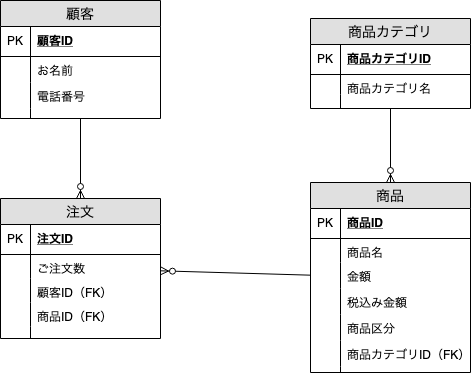
Before: 001_order_sheet.png, a diagram exported from draw.io (chihaso/rakurakuERD). Source tidied: cells renumbered, new cells last; positions are measured from the earlier drawing's top-left corner, leaving out a move shared by most shapes. The source it was exported from:
```xml
<mxGraphModel>
  <root>
    <mxCell id="0" />
    <mxCell id="1" parent="0" />
    <mxCell id="2" value="注文" style="swimlane;fontStyle=0;horizontal=1;startSize=26;fillColor=#e0e0e0;swimlaneFillColor=#ffffff;align=center;fontSize=14;" parent="1" vertex="1">
      <mxGeometry y="198" width="160" height="140" as="geometry" />
    </mxCell>
    <mxCell id="3" value="注文ID" style="shape=partialRectangle;top=0;left=0;right=0;bottom=1;align=left;verticalAlign=middle;fillColor=none;spacingLeft=34;spacingRight=4;overflow=hidden;fontStyle=5;fontSize=12;" parent="2" vertex="1">
      <mxGeometry y="26" width="160" height="30" as="geometry" />
    </mxCell>
    <mxCell id="4" value="PK" style="shape=partialRectangle;top=0;left=0;bottom=0;fillColor=none;align=left;verticalAlign=middle;spacingLeft=4;spacingRight=4;overflow=hidden;fontSize=12;" parent="3" vertex="1">
      <mxGeometry width="30" height="30" as="geometry" />
    </mxCell>
    <mxCell id="5" value="ご注文数" style="shape=partialRectangle;top=0;left=0;right=0;bottom=0;align=left;verticalAlign=top;fillColor=none;spacingLeft=34;spacingRight=4;overflow=hidden;fontSize=12;" parent="2" vertex="1">
      <mxGeometry y="56" width="160" height="24" as="geometry" />
    </mxCell>
    <mxCell id="6" style="shape=partialRectangle;top=0;left=0;bottom=0;fillColor=none;align=left;verticalAlign=top;spacingLeft=4;spacingRight=4;overflow=hidden;fontSize=12;" parent="5" vertex="1">
      <mxGeometry width="30" height="24" as="geometry" />
    </mxCell>
    <mxCell id="7" value="顧客ID（FK）" style="shape=partialRectangle;top=0;left=0;right=0;bottom=0;align=left;verticalAlign=top;fillColor=none;spacingLeft=34;spacingRight=4;overflow=hidden;fontSize=12;" parent="2" vertex="1">
      <mxGeometry y="80" width="160" height="24" as="geometry" />
    </mxCell>
    <mxCell id="8" style="shape=partialRectangle;top=0;left=0;bottom=0;fillColor=none;align=left;verticalAlign=top;spacingLeft=4;spacingRight=4;overflow=hidden;fontSize=12;" parent="7" vertex="1">
      <mxGeometry width="30" height="24" as="geometry" />
    </mxCell>
    <mxCell id="9" value="商品ID（FK）&#10;" style="shape=partialRectangle;top=0;left=0;right=0;bottom=0;align=left;verticalAlign=top;fillColor=none;spacingLeft=34;spacingRight=4;overflow=hidden;fontSize=12;" parent="2" vertex="1">
      <mxGeometry y="104" width="160" height="24" as="geometry" />
    </mxCell>
    <mxCell id="10" style="shape=partialRectangle;top=0;left=0;bottom=0;fillColor=none;align=left;verticalAlign=top;spacingLeft=4;spacingRight=4;overflow=hidden;fontSize=12;" parent="9" vertex="1">
      <mxGeometry width="30" height="24" as="geometry" />
    </mxCell>
    <mxCell id="11" style="shape=partialRectangle;top=0;left=0;right=0;bottom=0;align=left;verticalAlign=top;fillColor=none;spacingLeft=34;spacingRight=4;overflow=hidden;fontSize=12;" parent="2" vertex="1">
      <mxGeometry y="128" width="160" height="12" as="geometry" />
    </mxCell>
    <mxCell id="12" style="shape=partialRectangle;top=0;left=0;bottom=0;fillColor=none;align=left;verticalAlign=top;spacingLeft=4;spacingRight=4;overflow=hidden;fontSize=12;" parent="11" vertex="1">
      <mxGeometry width="30" height="12" as="geometry" />
    </mxCell>
    <mxCell id="13" value="顧客" style="swimlane;fontStyle=0;horizontal=1;startSize=26;fillColor=#e0e0e0;swimlaneFillColor=#ffffff;align=center;fontSize=14;" parent="1" vertex="1">
      <mxGeometry width="160" height="118" as="geometry" />
    </mxCell>
    <mxCell id="14" value="顧客ID" style="shape=partialRectangle;top=0;left=0;right=0;bottom=1;align=left;verticalAlign=middle;fillColor=none;spacingLeft=34;spacingRight=4;overflow=hidden;fontStyle=5;fontSize=12;" parent="13" vertex="1">
      <mxGeometry y="26" width="160" height="30" as="geometry" />
    </mxCell>
    <mxCell id="15" value="PK" style="shape=partialRectangle;top=0;left=0;bottom=0;fillColor=none;align=left;verticalAlign=middle;spacingLeft=4;spacingRight=4;overflow=hidden;fontSize=12;" parent="14" vertex="1">
      <mxGeometry width="30" height="30" as="geometry" />
    </mxCell>
    <mxCell id="16" value="お名前" style="shape=partialRectangle;top=0;left=0;right=0;bottom=0;align=left;verticalAlign=top;fillColor=none;spacingLeft=34;spacingRight=4;overflow=hidden;fontSize=12;" parent="13" vertex="1">
      <mxGeometry y="56" width="160" height="26" as="geometry" />
    </mxCell>
    <mxCell id="17" style="shape=partialRectangle;top=0;left=0;bottom=0;fillColor=none;align=left;verticalAlign=top;spacingLeft=4;spacingRight=4;overflow=hidden;fontSize=12;" parent="16" vertex="1">
      <mxGeometry width="30" height="26" as="geometry" />
    </mxCell>
    <mxCell id="18" value="電話番号" style="shape=partialRectangle;top=0;left=0;right=0;bottom=0;align=left;verticalAlign=top;fillColor=none;spacingLeft=34;spacingRight=4;overflow=hidden;fontSize=12;" parent="13" vertex="1">
      <mxGeometry y="82" width="160" height="26" as="geometry" />
    </mxCell>
    <mxCell id="19" style="shape=partialRectangle;top=0;left=0;bottom=0;fillColor=none;align=left;verticalAlign=top;spacingLeft=4;spacingRight=4;overflow=hidden;fontSize=12;" parent="18" vertex="1">
      <mxGeometry width="30" height="26" as="geometry" />
    </mxCell>
    <mxCell id="20" style="shape=partialRectangle;top=0;left=0;right=0;bottom=0;align=left;verticalAlign=top;fillColor=none;spacingLeft=34;spacingRight=4;overflow=hidden;fontSize=12;" parent="13" vertex="1">
      <mxGeometry y="108" width="160" height="10" as="geometry" />
    </mxCell>
    <mxCell id="21" style="shape=partialRectangle;top=0;left=0;bottom=0;fillColor=none;align=left;verticalAlign=top;spacingLeft=4;spacingRight=4;overflow=hidden;fontSize=12;" parent="20" vertex="1">
      <mxGeometry width="30" height="10" as="geometry" />
    </mxCell>
    <mxCell id="22" value="商品" style="swimlane;fontStyle=0;horizontal=1;startSize=26;fillColor=#e0e0e0;swimlaneFillColor=#ffffff;align=center;fontSize=14;" parent="1" vertex="1">
      <mxGeometry x="310" y="182" width="160" height="190" as="geometry" />
    </mxCell>
    <mxCell id="23" value="商品ID" style="shape=partialRectangle;top=0;left=0;right=0;bottom=1;align=left;verticalAlign=middle;fillColor=none;spacingLeft=34;spacingRight=4;overflow=hidden;fontStyle=5;fontSize=12;" parent="22" vertex="1">
      <mxGeometry y="26" width="160" height="30" as="geometry" />
    </mxCell>
    <mxCell id="24" value="PK" style="shape=partialRectangle;top=0;left=0;bottom=0;fillColor=none;align=left;verticalAlign=middle;spacingLeft=4;spacingRight=4;overflow=hidden;fontSize=12;" parent="23" vertex="1">
      <mxGeometry width="30" height="30" as="geometry" />
    </mxCell>
    <mxCell id="25" value="商品名" style="shape=partialRectangle;top=0;left=0;right=0;bottom=0;align=left;verticalAlign=top;fillColor=none;spacingLeft=34;spacingRight=4;overflow=hidden;fontSize=12;" parent="22" vertex="1">
      <mxGeometry y="56" width="160" height="24" as="geometry" />
    </mxCell>
    <mxCell id="26" style="shape=partialRectangle;top=0;left=0;bottom=0;fillColor=none;align=left;verticalAlign=top;spacingLeft=4;spacingRight=4;overflow=hidden;fontSize=12;" parent="25" vertex="1">
      <mxGeometry width="30" height="24" as="geometry" />
    </mxCell>
    <mxCell id="27" value="金額" style="shape=partialRectangle;top=0;left=0;right=0;bottom=0;align=left;verticalAlign=top;fillColor=none;spacingLeft=34;spacingRight=4;overflow=hidden;fontSize=12;" parent="22" vertex="1">
      <mxGeometry y="80" width="160" height="26" as="geometry" />
    </mxCell>
    <mxCell id="28" style="shape=partialRectangle;top=0;left=0;bottom=0;fillColor=none;align=left;verticalAlign=top;spacingLeft=4;spacingRight=4;overflow=hidden;fontSize=12;" parent="27" vertex="1">
      <mxGeometry width="30" height="26" as="geometry" />
    </mxCell>
    <mxCell id="29" value="税込み金額" style="shape=partialRectangle;top=0;left=0;right=0;bottom=0;align=left;verticalAlign=top;fillColor=none;spacingLeft=34;spacingRight=4;overflow=hidden;fontSize=12;" parent="22" vertex="1">
      <mxGeometry y="106" width="160" height="26" as="geometry" />
    </mxCell>
    <mxCell id="30" style="shape=partialRectangle;top=0;left=0;bottom=0;fillColor=none;align=left;verticalAlign=top;spacingLeft=4;spacingRight=4;overflow=hidden;fontSize=12;" parent="29" vertex="1">
      <mxGeometry width="30" height="26" as="geometry" />
    </mxCell>
    <mxCell id="31" value="商品区分" style="shape=partialRectangle;top=0;left=0;right=0;bottom=0;align=left;verticalAlign=top;fillColor=none;spacingLeft=34;spacingRight=4;overflow=hidden;fontSize=12;" parent="22" vertex="1">
      <mxGeometry y="132" width="160" height="26" as="geometry" />
    </mxCell>
    <mxCell id="32" style="shape=partialRectangle;top=0;left=0;bottom=0;fillColor=none;align=left;verticalAlign=top;spacingLeft=4;spacingRight=4;overflow=hidden;fontSize=12;" parent="31" vertex="1">
      <mxGeometry width="30" height="26" as="geometry" />
    </mxCell>
    <mxCell id="33" value="商品カテゴリID（FK）" style="shape=partialRectangle;top=0;left=0;right=0;bottom=0;align=left;verticalAlign=top;fillColor=none;spacingLeft=34;spacingRight=4;overflow=hidden;fontSize=12;" parent="22" vertex="1">
      <mxGeometry y="158" width="160" height="26" as="geometry" />
    </mxCell>
    <mxCell id="34" style="shape=partialRectangle;top=0;left=0;bottom=0;fillColor=none;align=left;verticalAlign=top;spacingLeft=4;spacingRight=4;overflow=hidden;fontSize=12;" parent="33" vertex="1">
      <mxGeometry width="30" height="26" as="geometry" />
    </mxCell>
    <mxCell id="35" style="shape=partialRectangle;top=0;left=0;right=0;bottom=0;align=left;verticalAlign=top;fillColor=none;spacingLeft=34;spacingRight=4;overflow=hidden;fontSize=12;" parent="22" vertex="1">
      <mxGeometry y="184" width="160" height="6" as="geometry" />
    </mxCell>
    <mxCell id="36" style="shape=partialRectangle;top=0;left=0;bottom=0;fillColor=none;align=left;verticalAlign=top;spacingLeft=4;spacingRight=4;overflow=hidden;fontSize=12;" parent="35" vertex="1">
      <mxGeometry width="30" height="6" as="geometry" />
    </mxCell>
    <mxCell id="37" value="商品カテゴリ" style="swimlane;fontStyle=0;horizontal=1;startSize=26;fillColor=#e0e0e0;swimlaneFillColor=#ffffff;align=center;fontSize=14;" parent="1" vertex="1">
      <mxGeometry x="310" y="18" width="160" height="90" as="geometry" />
    </mxCell>
    <mxCell id="38" value="商品カテゴリID" style="shape=partialRectangle;top=0;left=0;right=0;bottom=1;align=left;verticalAlign=middle;fillColor=none;spacingLeft=34;spacingRight=4;overflow=hidden;fontStyle=5;fontSize=12;" parent="37" vertex="1">
      <mxGeometry y="26" width="160" height="30" as="geometry" />
    </mxCell>
    <mxCell id="39" value="PK" style="shape=partialRectangle;top=0;left=0;bottom=0;fillColor=none;align=left;verticalAlign=middle;spacingLeft=4;spacingRight=4;overflow=hidden;fontSize=12;" parent="38" vertex="1">
      <mxGeometry width="30" height="30" as="geometry" />
    </mxCell>
    <mxCell id="40" value="商品カテゴリ名" style="shape=partialRectangle;top=0;left=0;right=0;bottom=0;align=left;verticalAlign=top;fillColor=none;spacingLeft=34;spacingRight=4;overflow=hidden;fontSize=12;" parent="37" vertex="1">
      <mxGeometry y="56" width="160" height="20" as="geometry" />
    </mxCell>
    <mxCell id="41" style="shape=partialRectangle;top=0;left=0;bottom=0;fillColor=none;align=left;verticalAlign=top;spacingLeft=4;spacingRight=4;overflow=hidden;fontSize=12;" parent="40" vertex="1">
      <mxGeometry width="30" height="20" as="geometry" />
    </mxCell>
    <mxCell id="42" style="shape=partialRectangle;top=0;left=0;right=0;bottom=0;align=left;verticalAlign=top;fillColor=none;spacingLeft=34;spacingRight=4;overflow=hidden;fontSize=12;" parent="37" vertex="1">
      <mxGeometry y="76" width="160" height="14" as="geometry" />
    </mxCell>
    <mxCell id="43" style="shape=partialRectangle;top=0;left=0;bottom=0;fillColor=none;align=left;verticalAlign=top;spacingLeft=4;spacingRight=4;overflow=hidden;fontSize=12;" parent="42" vertex="1">
      <mxGeometry width="30" height="14" as="geometry" />
    </mxCell>
    <mxCell id="44" style="fontSize=12;html=1;endArrow=ERzeroToMany;endFill=1;" parent="1" edge="1" source="22" target="2">
      <mxGeometry relative="1" as="geometry" />
    </mxCell>
    <mxCell id="45" style="fontSize=12;html=1;endArrow=ERzeroToMany;endFill=1;" parent="1" edge="1" source="37" target="22">
      <mxGeometry relative="1" as="geometry" />
    </mxCell>
    <mxCell id="46" style="fontSize=12;html=1;endArrow=ERzeroToMany;endFill=1;" parent="1" edge="1" source="13" target="2">
      <mxGeometry relative="1" as="geometry" />
    </mxCell>
  </root>
</mxGraphModel>
```
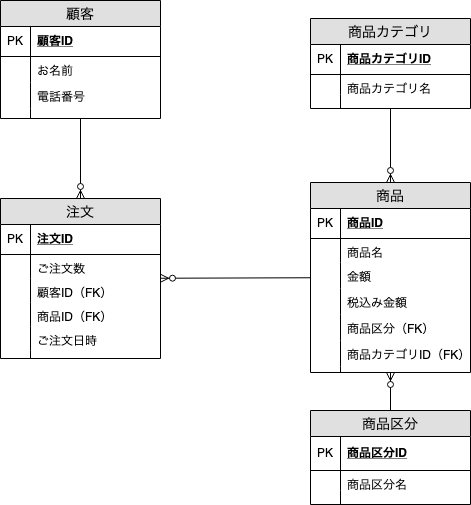
After the change.

Commit message:
テスト（同じ画像を上書き）

Change to the diagram source:
```diff
@@ -3,7 +3,7 @@
     <mxCell id="0" />
     <mxCell id="1" parent="0" />
     <mxCell id="2" value="注文" style="swimlane;fontStyle=0;horizontal=1;startSize=26;fillColor=#e0e0e0;swimlaneFillColor=#ffffff;align=center;fontSize=14;" parent="1" vertex="1">
-      <mxGeometry y="198" width="160" height="140" as="geometry" />
+      <mxGeometry y="198" width="160" height="160" as="geometry" />
     </mxCell>
     <mxCell id="3" value="注文ID" style="shape=partialRectangle;top=0;left=0;right=0;bottom=1;align=left;verticalAlign=middle;fillColor=none;spacingLeft=34;spacingRight=4;overflow=hidden;fontStyle=5;fontSize=12;" parent="2" vertex="1">
       <mxGeometry y="26" width="160" height="30" as="geometry" />
@@ -29,11 +29,17 @@
     <mxCell id="10" style="shape=partialRectangle;top=0;left=0;bottom=0;fillColor=none;align=left;verticalAlign=top;spacingLeft=4;spacingRight=4;overflow=hidden;fontSize=12;" parent="9" vertex="1">
       <mxGeometry width="30" height="24" as="geometry" />
     </mxCell>
+    <mxCell id="47" value="ご注文日時&#10;" style="shape=partialRectangle;top=0;left=0;right=0;bottom=0;align=left;verticalAlign=top;fillColor=none;spacingLeft=34;spacingRight=4;overflow=hidden;fontSize=12;" parent="2" vertex="1">
+      <mxGeometry y="128" width="160" height="24" as="geometry" />
+    </mxCell>
+    <mxCell id="48" style="shape=partialRectangle;top=0;left=0;bottom=0;fillColor=none;align=left;verticalAlign=top;spacingLeft=4;spacingRight=4;overflow=hidden;fontSize=12;" parent="47" vertex="1">
+      <mxGeometry width="30" height="24" as="geometry" />
+    </mxCell>
     <mxCell id="11" style="shape=partialRectangle;top=0;left=0;right=0;bottom=0;align=left;verticalAlign=top;fillColor=none;spacingLeft=34;spacingRight=4;overflow=hidden;fontSize=12;" parent="2" vertex="1">
-      <mxGeometry y="128" width="160" height="12" as="geometry" />
+      <mxGeometry y="152" width="160" height="8" as="geometry" />
     </mxCell>
     <mxCell id="12" style="shape=partialRectangle;top=0;left=0;bottom=0;fillColor=none;align=left;verticalAlign=top;spacingLeft=4;spacingRight=4;overflow=hidden;fontSize=12;" parent="11" vertex="1">
-      <mxGeometry width="30" height="12" as="geometry" />
+      <mxGeometry width="30" height="8" as="geometry" />
     </mxCell>
     <mxCell id="13" value="顧客" style="swimlane;fontStyle=0;horizontal=1;startSize=26;fillColor=#e0e0e0;swimlaneFillColor=#ffffff;align=center;fontSize=14;" parent="1" vertex="1">
       <mxGeometry width="160" height="118" as="geometry" />
@@ -89,7 +95,7 @@
     <mxCell id="30" style="shape=partialRectangle;top=0;left=0;bottom=0;fillColor=none;align=left;verticalAlign=top;spacingLeft=4;spacingRight=4;overflow=hidden;fontSize=12;" parent="29" vertex="1">
       <mxGeometry width="30" height="26" as="geometry" />
     </mxCell>
-    <mxCell id="31" value="商品区分" style="shape=partialRectangle;top=0;left=0;right=0;bottom=0;align=left;verticalAlign=top;fillColor=none;spacingLeft=34;spacingRight=4;overflow=hidden;fontSize=12;" parent="22" vertex="1">
+    <mxCell id="31" value="商品区分（FK）" style="shape=partialRectangle;top=0;left=0;right=0;bottom=0;align=left;verticalAlign=top;fillColor=none;spacingLeft=34;spacingRight=4;overflow=hidden;fontSize=12;" parent="22" vertex="1">
       <mxGeometry y="132" width="160" height="26" as="geometry" />
     </mxCell>
     <mxCell id="32" style="shape=partialRectangle;top=0;left=0;bottom=0;fillColor=none;align=left;verticalAlign=top;spacingLeft=4;spacingRight=4;overflow=hidden;fontSize=12;" parent="31" vertex="1">
@@ -137,5 +143,29 @@
     <mxCell id="46" style="fontSize=12;html=1;endArrow=ERzeroToMany;endFill=1;" parent="1" edge="1" source="13" target="2">
       <mxGeometry relative="1" as="geometry" />
     </mxCell>
+    <mxCell id="49" value="商品区分" style="swimlane;fontStyle=0;horizontal=1;startSize=26;fillColor=#e0e0e0;swimlaneFillColor=#ffffff;align=center;fontSize=14;" parent="1" vertex="1">
+      <mxGeometry x="310" y="410" width="160" height="94" as="geometry" />
+    </mxCell>
+    <mxCell id="50" value="商品区分ID" style="shape=partialRectangle;top=0;left=0;right=0;bottom=1;align=left;verticalAlign=middle;fillColor=none;spacingLeft=34;spacingRight=4;overflow=hidden;fontStyle=5;fontSize=12;" parent="49" vertex="1">
+      <mxGeometry y="26" width="160" height="34" as="geometry" />
+    </mxCell>
+    <mxCell id="51" value="PK" style="shape=partialRectangle;top=0;left=0;bottom=0;fillColor=none;align=left;verticalAlign=middle;spacingLeft=4;spacingRight=4;overflow=hidden;fontSize=12;" parent="50" vertex="1">
+      <mxGeometry width="30" height="34" as="geometry" />
+    </mxCell>
+    <mxCell id="52" value="商品区分名" style="shape=partialRectangle;top=0;left=0;right=0;bottom=0;align=left;verticalAlign=top;fillColor=none;spacingLeft=34;spacingRight=4;overflow=hidden;fontSize=12;" parent="49" vertex="1">
+      <mxGeometry y="60" width="160" height="20" as="geometry" />
+    </mxCell>
+    <mxCell id="53" style="shape=partialRectangle;top=0;left=0;bottom=0;fillColor=none;align=left;verticalAlign=top;spacingLeft=4;spacingRight=4;overflow=hidden;fontSize=12;" parent="52" vertex="1">
+      <mxGeometry width="30" height="20" as="geometry" />
+    </mxCell>
+    <mxCell id="54" style="shape=partialRectangle;top=0;left=0;right=0;bottom=0;align=left;verticalAlign=top;fillColor=none;spacingLeft=34;spacingRight=4;overflow=hidden;fontSize=12;" parent="49" vertex="1">
+      <mxGeometry y="80" width="160" height="14" as="geometry" />
+    </mxCell>
+    <mxCell id="55" style="shape=partialRectangle;top=0;left=0;bottom=0;fillColor=none;align=left;verticalAlign=top;spacingLeft=4;spacingRight=4;overflow=hidden;fontSize=12;" parent="54" vertex="1">
+      <mxGeometry width="30" height="14" as="geometry" />
+    </mxCell>
+    <mxCell id="56" style="fontSize=12;html=1;endArrow=ERzeroToMany;endFill=1;" parent="1" edge="1" source="49" target="22">
+      <mxGeometry relative="1" as="geometry" />
+    </mxCell>
   </root>
 </mxGraphModel>
```
